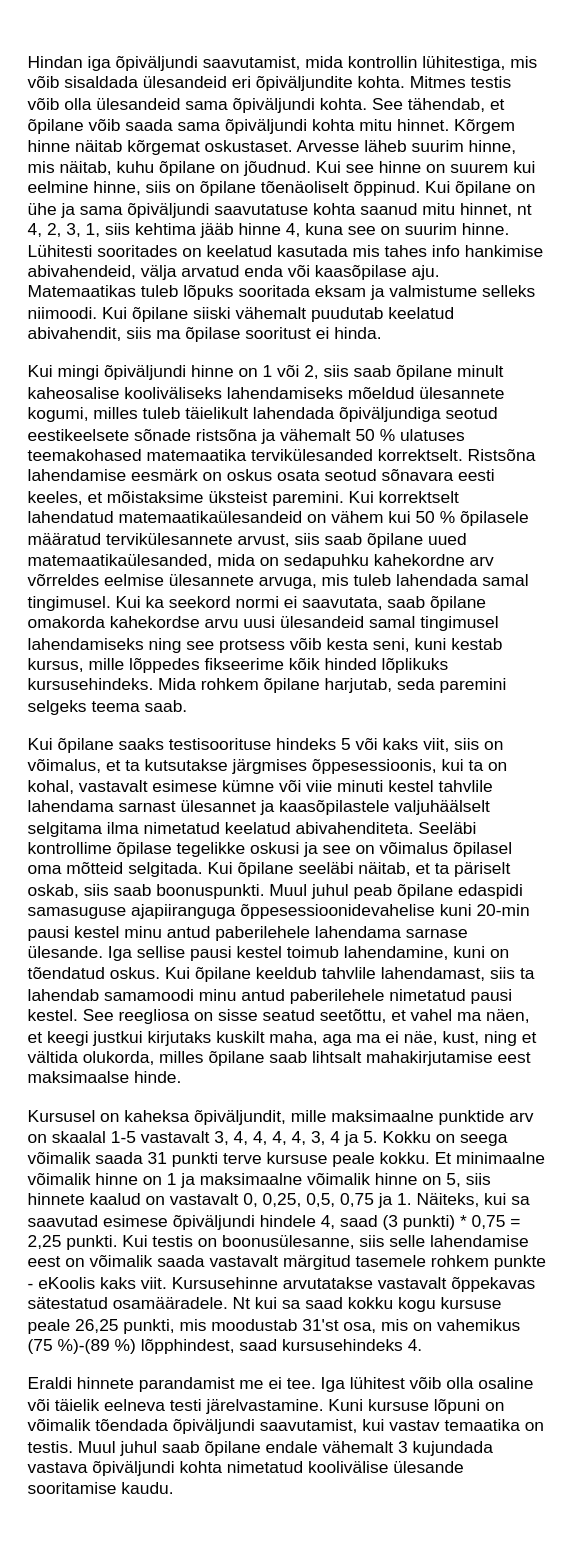
Before: page "Page-2" (2 of 2) of rmd/matemaatika-kitsas-1.drawio in piiskop/matemaatika-kitsas-1, a draw.io diagram. Source tidied: cells renumbered, new cells numbered last; positions are measured from the earlier drawing's top-left corner, leaving out a move shared by most shapes. Both pictures are drawn from the tidied source at 145%, with x=0, y=0 at pixel (25, 25).
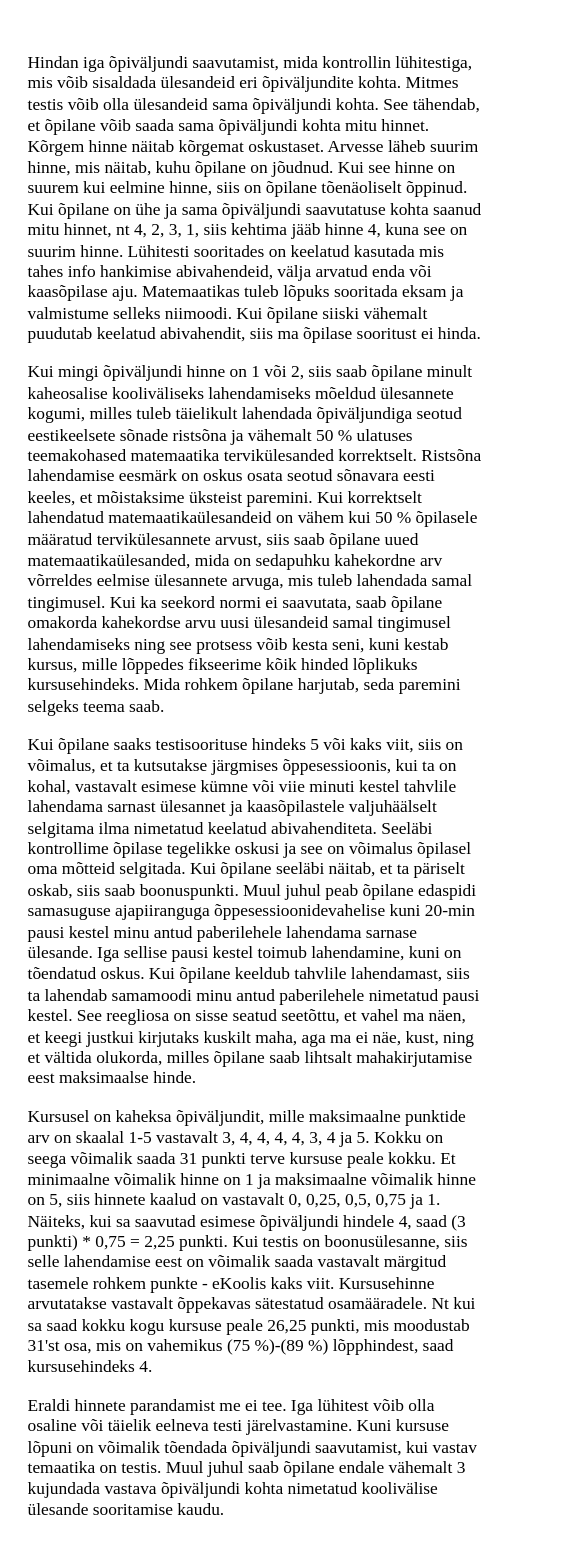
Above is the later version.

Commit message:
kirjastiil prinditavaks matemaatika-kitsas-1.drawio

What changed in the source:
```diff
@@
 <mxGraphModel>
   <root>
     <mxCell id="0" />
     <mxCell id="1" parent="0" />
-    <mxCell id="2" value="&lt;p&gt;Hindan iga õpiväljundi saavutamist, mida kontrollin lühitestiga, mis võib sisaldada ülesandeid eri õpiväljundite kohta. Mitmes testis võib olla ülesandeid sama õpiväljundi kohta. See tähendab, et õpilane võib saada sama õpiväljundi kohta mitu hinnet. Kõrgem hinne näitab kõrgemat oskustaset. Arvesse läheb suurim hinne, mis näitab, kuhu õpilane on jõudnud. Kui see hinne on suurem kui eelmine hinne, siis on õpilane tõenäoliselt õppinud. Kui õpilane on ühe ja sama õpiväljundi saavutatuse kohta saanud mitu hinnet, nt 4, 2, 3, 1, siis kehtima jääb hinne 4, kuna see on suurim&amp;nbsp;hinne. Lühitesti sooritades on keelatud kasutada mis tahes info hankimise abivahendeid, välja arvatud enda või kaasõpilase aju. Matemaatikas tuleb lõpuks sooritada eksam ja valmistume selleks niimoodi. Kui õpilane siiski vähemalt puudutab keelatud abivahendit, siis ma õpilase sooritust ei hinda.&lt;/p&gt;&lt;p&gt;&lt;/p&gt;&lt;p&gt;Kui mingi õpiväljundi hinne on 1 või 2, siis saab õpilane minult kaheosalise kooliväliseks lahendamiseks mõeldud ülesannete kogumi, milles tuleb täielikult lahendada õpiväljundiga seotud eestikeelsete sõnade ristsõna ja vähemalt 50 % ulatuses teemakohased matemaatika tervikülesanded korrektselt. Ristsõna lahendamise eesmärk on oskus osata seotud sõnavara eesti keeles, et mõistaksime üksteist paremini. Kui korrektselt lahendatud matemaatikaülesandeid on vähem kui 50 % õpilasele määratud tervikülesannete arvust, siis saab õpilane uued matemaatikaülesanded, mida on sedapuhku kahekordne arv võrreldes eelmise ülesannete arvuga, mis tuleb lahendada samal tingimusel. Kui ka seekord normi ei saavutata, saab õpilane omakorda kahekordse arvu uusi ülesandeid samal tingimusel lahendamiseks ning see protsess võib kesta seni, kuni kestab kursus, mille lõppedes fikseerime kõik hinded lõplikuks kursusehindeks. Mida rohkem õpilane harjutab, seda paremini selgeks teema saab.&lt;/p&gt;&lt;p&gt;&lt;/p&gt;&lt;p&gt;Kui õpilane saaks testisoorituse hindeks 5 või kaks viit, siis on võimalus, et ta kutsutakse järgmises õppesessioonis, kui ta on kohal, vastavalt esimese kümne või viie minuti kestel tahvlile lahendama sarnast ülesannet ja kaasõpilastele valjuhäälselt selgitama ilma nimetatud keelatud abivahenditeta. Seeläbi kontrollime õpilase tegelikke oskusi ja see on võimalus õpilasel oma mõtteid selgitada. Kui õpilane seeläbi näitab, et ta päriselt oskab, siis saab boonuspunkti. Muul juhul peab õpilane edaspidi samasuguse ajapiiranguga õppesessioonidevahelise kuni 20-min pausi kestel minu antud paberilehele lahendama sarnase ülesande. Iga sellise pausi kestel toimub lahendamine, kuni on tõendatud oskus. Kui õpilane keeldub tahvlile lahendamast, siis ta lahendab samamoodi minu antud paberilehele nimetatud pausi kestel. See reegliosa on sisse seatud seetõttu, et vahel ma näen, et keegi justkui kirjutaks kuskilt maha, aga ma ei näe, kust, ning et vältida olukorda, milles õpilane saab lihtsalt mahakirjutamise eest maksimaalse hinde.&lt;/p&gt;&lt;p&gt;&lt;/p&gt;&lt;p&gt;Kursusel on kaheksa õpiväljundit, mille maksimaalne punktide arv on skaalal 1-5 vastavalt 3, 4, 4, 4, 4, 3, 4 ja 5. Kokku on seega võimalik saada 31 punkti terve kursuse peale kokku. Et minimaalne võimalik hinne on 1 ja maksimaalne võimalik hinne on 5, siis hinnete kaalud on vastavalt 0, 0,25, 0,5, 0,75 ja 1. Näiteks, kui sa saavutad esimese õpiväljundi hindele 4, saad (3 punkti) * 0,75 = 2,25 punkti. Kui testis on boonusülesanne, siis selle lahendamise eest on võimalik saada vastavalt märgitud tasemele rohkem punkte - eKoolis kaks viit. Kursusehinne arvutatakse vastavalt õppekavas sätestatud osamääradele. Nt kui sa saad kokku kogu kursuse peale 26,25 punkti, mis moodustab 31'st osa, mis on vahemikus (75 %)-(89 %) lõpphindest, saad kursusehindeks 4.&lt;/p&gt;&lt;p&gt;&lt;/p&gt;&lt;p&gt;Eraldi hinnete parandamist me ei tee. Iga lühitest võib olla osaline või täielik eelneva testi järelvastamine. Kuni kursuse lõpuni on võimalik tõendada õpiväljundi saavutamist, kui vastav temaatika on testis. Muul juhul saab õpilane endale vähemalt 3 kujundada vastava õpiväljundi kohta nimetatud koolivälise ülesande sooritamise kaudu.&lt;/p&gt;" style="text;whiteSpace=wrap;html=1;" parent="1" vertex="1">
-      <mxGeometry width="360" height="1020" as="geometry" />
+    <mxCell id="2" value="&lt;p&gt;Hindan iga õpiväljundi saavutamist, mida kontrollin lühitestiga, mis võib sisaldada ülesandeid eri õpiväljundite kohta. Mitmes testis võib olla ülesandeid sama õpiväljundi kohta. See tähendab, et õpilane võib saada sama õpiväljundi kohta mitu hinnet. Kõrgem hinne näitab kõrgemat oskustaset. Arvesse läheb suurim hinne, mis näitab, kuhu õpilane on jõudnud. Kui see hinne on suurem kui eelmine hinne, siis on õpilane tõenäoliselt õppinud. Kui õpilane on ühe ja sama õpiväljundi saavutatuse kohta saanud mitu hinnet, nt 4, 2, 3, 1, siis kehtima jääb hinne 4, kuna see on suurim&amp;nbsp;hinne. Lühitesti sooritades on keelatud kasutada mis tahes info hankimise abivahendeid, välja arvatud enda või kaasõpilase aju. Matemaatikas tuleb lõpuks sooritada eksam ja valmistume selleks niimoodi. Kui õpilane siiski vähemalt puudutab keelatud abivahendit, siis ma õpilase sooritust ei hinda.&lt;/p&gt;&lt;p&gt;&lt;/p&gt;&lt;p&gt;Kui mingi õpiväljundi hinne on 1 või 2, siis saab õpilane minult kaheosalise kooliväliseks lahendamiseks mõeldud ülesannete kogumi, milles tuleb täielikult lahendada õpiväljundiga seotud eestikeelsete sõnade ristsõna ja vähemalt 50 % ulatuses teemakohased matemaatika tervikülesanded korrektselt. Ristsõna lahendamise eesmärk on oskus osata seotud sõnavara eesti keeles, et mõistaksime üksteist paremini. Kui korrektselt lahendatud matemaatikaülesandeid on vähem kui 50 % õpilasele määratud tervikülesannete arvust, siis saab õpilane uued matemaatikaülesanded, mida on sedapuhku kahekordne arv võrreldes eelmise ülesannete arvuga, mis tuleb lahendada samal tingimusel. Kui ka seekord normi ei saavutata, saab õpilane omakorda kahekordse arvu uusi ülesandeid samal tingimusel lahendamiseks ning see protsess võib kesta seni, kuni kestab kursus, mille lõppedes fikseerime kõik hinded lõplikuks kursusehindeks. Mida rohkem õpilane harjutab, seda paremini selgeks teema saab.&lt;/p&gt;&lt;p&gt;&lt;/p&gt;&lt;p&gt;Kui õpilane saaks testisoorituse hindeks 5 või kaks viit, siis on võimalus, et ta kutsutakse järgmises õppesessioonis, kui ta on kohal, vastavalt esimese kümne või viie minuti kestel tahvlile lahendama sarnast ülesannet ja kaasõpilastele valjuhäälselt selgitama ilma nimetatud keelatud abivahenditeta. Seeläbi kontrollime õpilase tegelikke oskusi ja see on võimalus õpilasel oma mõtteid selgitada. Kui õpilane seeläbi näitab, et ta päriselt oskab, siis saab boonuspunkti. Muul juhul peab õpilane edaspidi samasuguse ajapiiranguga õppesessioonidevahelise kuni 20-min pausi kestel minu antud paberilehele lahendama sarnase ülesande. Iga sellise pausi kestel toimub lahendamine, kuni on tõendatud oskus. Kui õpilane keeldub tahvlile lahendamast, siis ta lahendab samamoodi minu antud paberilehele nimetatud pausi kestel. See reegliosa on sisse seatud seetõttu, et vahel ma näen, et keegi justkui kirjutaks kuskilt maha, aga ma ei näe, kust, ning et vältida olukorda, milles õpilane saab lihtsalt mahakirjutamise eest maksimaalse hinde.&lt;/p&gt;&lt;p&gt;&lt;/p&gt;&lt;p&gt;Kursusel on kaheksa õpiväljundit, mille maksimaalne punktide arv on skaalal 1-5 vastavalt 3, 4, 4, 4, 4, 3, 4 ja 5. Kokku on seega võimalik saada 31 punkti terve kursuse peale kokku. Et minimaalne võimalik hinne on 1 ja maksimaalne võimalik hinne on 5, siis hinnete kaalud on vastavalt 0, 0,25, 0,5, 0,75 ja 1. Näiteks, kui sa saavutad esimese õpiväljundi hindele 4, saad (3 punkti) * 0,75 = 2,25 punkti. Kui testis on boonusülesanne, siis selle lahendamise eest on võimalik saada vastavalt märgitud tasemele rohkem punkte - eKoolis kaks viit. Kursusehinne arvutatakse vastavalt õppekavas sätestatud osamääradele. Nt kui sa saad kokku kogu kursuse peale 26,25 punkti, mis moodustab 31'st osa, mis on vahemikus (75 %)-(89 %) lõpphindest, saad kursusehindeks 4.&lt;/p&gt;&lt;p&gt;&lt;/p&gt;&lt;p&gt;Eraldi hinnete parandamist me ei tee. Iga lühitest võib olla osaline või täielik eelneva testi järelvastamine. Kuni kursuse lõpuni on võimalik tõendada õpiväljundi saavutamist, kui vastav temaatika on testis. Muul juhul saab õpilane endale vähemalt 3 kujundada vastava õpiväljundi kohta nimetatud koolivälise ülesande sooritamise kaudu.&lt;/p&gt;" style="text;whiteSpace=wrap;html=1;fontFamily=Times New Roman;" parent="1" vertex="1">
+      <mxGeometry width="315" height="1040" as="geometry" />
     </mxCell>
   </root>
 </mxGraphModel>
```
